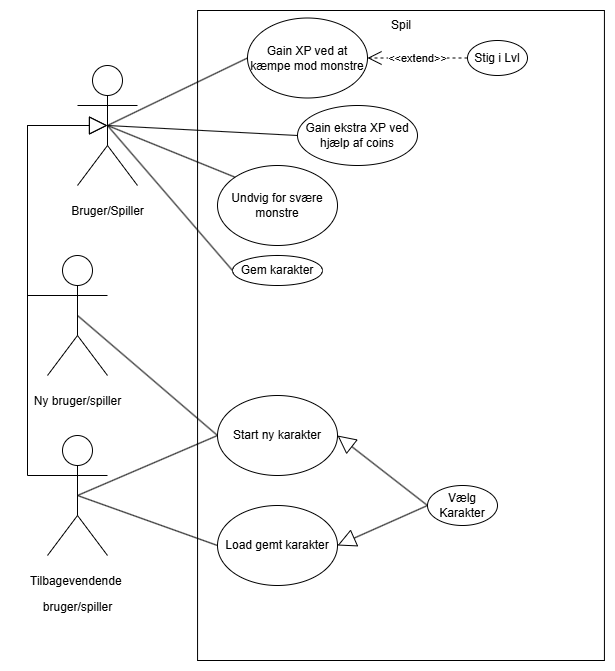
Earlier version of the draw.io export Use case diagram.drawio.png (FrederikVesterMingledSundew/softwareudvikling_aflevering). Source tidied: cells renumbered, new cells last; positions are measured from the earlier drawing's top-left corner, leaving out a move shared by most shapes.
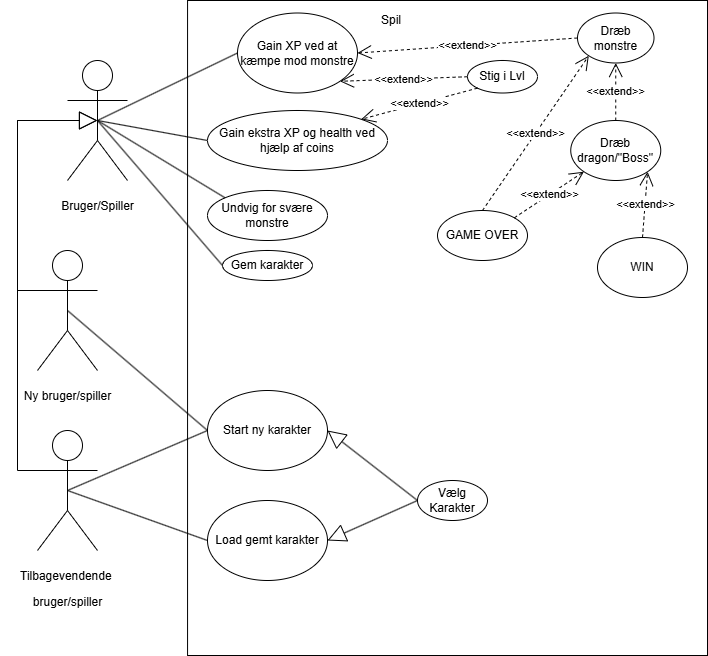
Later version of the same file.

Commit message:
Update of use case diagram to first iteration

Diff of the diagram source:
```diff
@@ -3,7 +3,7 @@
     <mxCell id="0" />
     <mxCell id="1" parent="0" />
     <mxCell id="2" style="rounded=0;whiteSpace=wrap;html=1;" parent="1" vertex="1">
-      <mxGeometry x="170.1" width="406.9" height="650" as="geometry" />
+      <mxGeometry x="170.1" y="-5" width="519.9" height="655" as="geometry" />
     </mxCell>
     <mxCell id="3" value="&lt;p&gt;Bruger/Spiller&lt;/p&gt;" style="shape=umlActor;verticalLabelPosition=bottom;verticalAlign=top;html=1;outlineConnect=0;" parent="1" vertex="1">
       <mxGeometry x="50" y="55" width="60" height="120" as="geometry" />
@@ -18,10 +18,10 @@
       <mxGeometry x="220" y="7.5" width="120" height="80" as="geometry" />
     </mxCell>
     <mxCell id="7" value="Undvig for svære monstre" style="ellipse;whiteSpace=wrap;html=1;" parent="1" vertex="1">
-      <mxGeometry x="190" y="155" width="120" height="80" as="geometry" />
+      <mxGeometry x="190" y="185" width="120" height="50" as="geometry" />
     </mxCell>
     <mxCell id="8" value="Stig i Lvl" style="ellipse;whiteSpace=wrap;html=1;" parent="1" vertex="1">
-      <mxGeometry x="440" y="30" width="60" height="35" as="geometry" />
+      <mxGeometry x="450" y="55" width="70" height="32.5" as="geometry" />
     </mxCell>
     <mxCell id="9" style="endArrow=none;html=1;rounded=0;entryX=0;entryY=0.5;entryDx=0;entryDy=0;exitX=0.5;exitY=0.5;exitDx=0;exitDy=0;exitPerimeter=0;" parent="1" edge="1" source="3" target="6">
       <mxGeometry relative="1" as="geometry" />
@@ -78,7 +78,7 @@
     <mxCell id="21" style="endArrow=none;html=1;rounded=0;exitX=0.5;exitY=0.5;exitDx=0;exitDy=0;exitPerimeter=0;entryX=0;entryY=0.5;entryDx=0;entryDy=0;" parent="1" edge="1" source="12" target="15">
       <mxGeometry relative="1" as="geometry" />
     </mxCell>
-    <mxCell id="22" value="&amp;lt;&amp;lt;extend&amp;gt;&amp;gt;" style="endArrow=open;endSize=12;dashed=1;html=1;rounded=0;exitX=0;exitY=0.5;exitDx=0;exitDy=0;entryX=1;entryY=0.5;entryDx=0;entryDy=0;" parent="1" edge="1" source="8" target="6">
+    <mxCell id="22" value="&amp;lt;&amp;lt;extend&amp;gt;&amp;gt;" style="endArrow=open;endSize=12;dashed=1;html=1;rounded=0;exitX=0;exitY=0.5;exitDx=0;exitDy=0;entryX=1;entryY=1;entryDx=0;entryDy=0;" parent="1" edge="1" source="8" target="6">
       <mxGeometry relative="1" as="geometry" />
     </mxCell>
     <mxCell id="23" value="Gem karakter" style="ellipse;whiteSpace=wrap;html=1;" parent="1" vertex="1">
@@ -87,13 +87,43 @@
     <mxCell id="24" style="endArrow=none;html=1;rounded=0;entryX=0.5;entryY=0.5;entryDx=0;entryDy=0;entryPerimeter=0;exitX=0;exitY=0.5;exitDx=0;exitDy=0;" parent="1" edge="1" source="23" target="3">
       <mxGeometry relative="1" as="geometry" />
     </mxCell>
-    <mxCell id="25" value="Gain ekstra XP ved hjælp af coins" style="ellipse;whiteSpace=wrap;html=1;" parent="1" vertex="1">
-      <mxGeometry x="270" y="95" width="120" height="60" as="geometry" />
+    <mxCell id="25" value="Gain ekstra XP og health ved hjælp af coins" style="ellipse;whiteSpace=wrap;html=1;" parent="1" vertex="1">
+      <mxGeometry x="190" y="105" width="180" height="60" as="geometry" />
     </mxCell>
     <mxCell id="26" style="endArrow=none;html=1;rounded=0;entryX=0;entryY=0.5;entryDx=0;entryDy=0;" parent="1" edge="1" target="25">
       <mxGeometry relative="1" as="geometry">
         <mxPoint x="80" y="115" as="sourcePoint" />
       </mxGeometry>
     </mxCell>
+    <mxCell id="27" value="Dræb monstre" style="ellipse;whiteSpace=wrap;html=1;" parent="1" vertex="1">
+      <mxGeometry x="560" y="7.5" width="76.5" height="50" as="geometry" />
+    </mxCell>
+    <mxCell id="28" value="&amp;lt;&amp;lt;extend&amp;gt;&amp;gt;" style="endArrow=open;endSize=12;dashed=1;html=1;rounded=0;exitX=0;exitY=0.5;exitDx=0;exitDy=0;entryX=1;entryY=0.5;entryDx=0;entryDy=0;" parent="1" edge="1" source="27" target="6">
+      <mxGeometry relative="1" as="geometry" />
+    </mxCell>
+    <mxCell id="29" value="Dræb dragon/&quot;Boss&quot;" style="ellipse;whiteSpace=wrap;html=1;" parent="1" vertex="1">
+      <mxGeometry x="553.2" y="115" width="90" height="60" as="geometry" />
+    </mxCell>
+    <mxCell id="30" value="&amp;lt;&amp;lt;extend&amp;gt;&amp;gt;" style="endArrow=open;endSize=12;dashed=1;html=1;rounded=0;exitX=0.5;exitY=0;exitDx=0;exitDy=0;entryX=0.5;entryY=1;entryDx=0;entryDy=0;" parent="1" edge="1" source="29" target="27">
+      <mxGeometry relative="1" as="geometry" />
+    </mxCell>
+    <mxCell id="31" value="&amp;lt;&amp;lt;extend&amp;gt;&amp;gt;" style="endArrow=open;endSize=12;dashed=1;html=1;rounded=0;exitX=0;exitY=1;exitDx=0;exitDy=0;entryX=1;entryY=0;entryDx=0;entryDy=0;" parent="1" edge="1" source="8" target="25">
+      <mxGeometry relative="1" as="geometry" />
+    </mxCell>
+    <mxCell id="32" value="WIN" style="ellipse;whiteSpace=wrap;html=1;" parent="1" vertex="1">
+      <mxGeometry x="580" y="232" width="90" height="60" as="geometry" />
+    </mxCell>
+    <mxCell id="33" value="&amp;lt;&amp;lt;extend&amp;gt;&amp;gt;" style="endArrow=open;endSize=12;dashed=1;html=1;rounded=0;exitX=0.5;exitY=0;exitDx=0;exitDy=0;entryX=1;entryY=1;entryDx=0;entryDy=0;" parent="1" edge="1" source="32" target="29">
+      <mxGeometry relative="1" as="geometry" />
+    </mxCell>
+    <mxCell id="34" value="GAME OVER" style="ellipse;whiteSpace=wrap;html=1;" parent="1" vertex="1">
+      <mxGeometry x="420" y="205" width="90" height="50" as="geometry" />
+    </mxCell>
+    <mxCell id="35" value="&amp;lt;&amp;lt;extend&amp;gt;&amp;gt;" style="endArrow=open;endSize=12;dashed=1;html=1;rounded=0;exitX=1;exitY=0;exitDx=0;exitDy=0;entryX=0;entryY=1;entryDx=0;entryDy=0;" parent="1" edge="1" source="34" target="29">
+      <mxGeometry relative="1" as="geometry" />
+    </mxCell>
+    <mxCell id="36" value="&amp;lt;&amp;lt;extend&amp;gt;&amp;gt;" style="endArrow=open;endSize=12;dashed=1;html=1;rounded=0;exitX=0.5;exitY=0;exitDx=0;exitDy=0;entryX=0;entryY=1;entryDx=0;entryDy=0;" parent="1" edge="1" source="34" target="27">
+      <mxGeometry relative="1" as="geometry" />
+    </mxCell>
   </root>
 </mxGraphModel>
```
